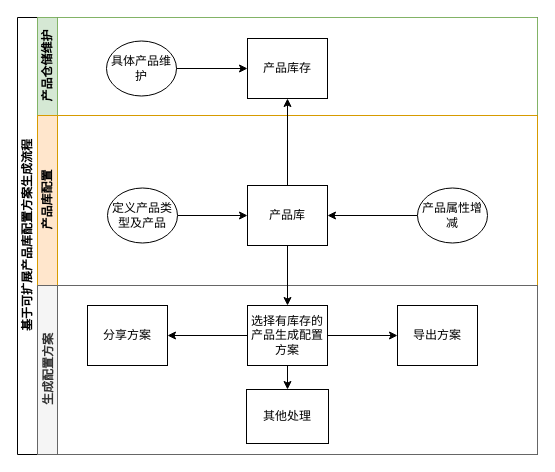
The draw.io diagram 产品库联动报价方案.drawio in sjxbg/xmindfile, before the edit. Source tidied: cells renumbered, new cells numbered last; positions are measured from the earlier drawing's top-left corner, leaving out a move shared by most shapes. Both pictures are drawn from the tidied source at 100%, with x=0, y=0 at pixel (17, 17).
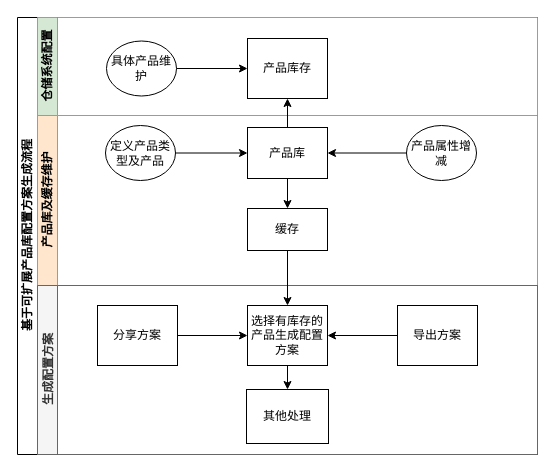
The same page after the edit.

Commit message:
更新产品库联动报价方案.drawio

The change refers to these unchanged cells:
```xml
<mxCell id="2" value="基于可扩展产品库配置方案生成流程" style="swimlane;html=1;horizontal=0;startSize=20;fontFamily=Helvetica;" parent="1" vertex="1">
  <mxGeometry width="520" height="437" as="geometry" />
</mxCell>
<mxCell id="13" value="生成配置方案" style="swimlane;html=1;startSize=20;horizontal=0;fillColor=#f5f5f5;fontColor=#333333;strokeColor=#666666;fontFamily=Helvetica;" parent="2" vertex="1">
  <mxGeometry x="20" y="268" width="500" height="169" as="geometry" />
</mxCell>
<mxCell id="16" value="选择有库存的产品生成配置方案" style="rounded=0;whiteSpace=wrap;html=1;fontFamily=Helvetica;fontSize=12;fontColor=#000000;align=center;" parent="13" vertex="1">
  <mxGeometry x="210" y="20" width="80" height="60" as="geometry" />
</mxCell>
<mxCell id="18" value="导出方案" style="rounded=0;whiteSpace=wrap;html=1;fontFamily=Helvetica;fontSize=12;fontColor=#000000;align=center;" parent="13" vertex="1">
  <mxGeometry x="360" y="20" width="80" height="60" as="geometry" />
</mxCell>
```

What changed in the source:
```diff
@@
-    <mxCell id="3" value="产品仓储维护" style="swimlane;html=1;startSize=20;horizontal=0;fillColor=#d5e8d4;strokeColor=#82b366;fontFamily=Helvetica;" parent="2" vertex="1">
+    <mxCell id="3" value="仓储系统配置" style="swimlane;html=1;startSize=20;horizontal=0;fillColor=#d5e8d4;strokeColor=#82b366;fontFamily=Helvetica;" parent="2" vertex="1">
       <mxGeometry x="20" width="500" height="98" as="geometry" />
     </mxCell>
@@
-    <mxCell id="7" value="产品库配置" style="swimlane;html=1;startSize=20;horizontal=0;fillColor=#ffe6cc;strokeColor=#d79b00;fontFamily=Helvetica;" parent="2" vertex="1">
+    <mxCell id="7" value="产品库及缓存维护" style="swimlane;html=1;startSize=20;horizontal=0;fillColor=#ffe6cc;strokeColor=#d79b00;fontFamily=Helvetica;" parent="2" vertex="1">
       <mxGeometry x="20" y="98" width="500" height="170" as="geometry" />
     </mxCell>
+    <mxCell id="23" style="edgeStyle=orthogonalEdgeStyle;rounded=0;jettySize=auto;html=1;" parent="7" edge="1" source="8" target="24">
+      <mxGeometry relative="1" as="geometry" />
+    </mxCell>
     <mxCell id="8" value="产品库" style="rounded=0;whiteSpace=wrap;html=1;fontFamily=Helvetica;fontSize=12;fontColor=#000000;align=center;" parent="7" vertex="1">
-      <mxGeometry x="210" y="70" width="80" height="60" as="geometry" />
+      <mxGeometry x="210" y="12" width="80" height="51" as="geometry" />
     </mxCell>
@@
     <mxCell id="10" value="定义产品类型及产品" style="ellipse;whiteSpace=wrap;html=1;fontFamily=Helvetica;" parent="7" vertex="1">
-      <mxGeometry x="70" y="72.5" width="70" height="55" as="geometry" />
+      <mxGeometry x="68" y="10" width="70" height="55" as="geometry" />
     </mxCell>
@@
     <mxCell id="12" value="产品属性增减" style="ellipse;whiteSpace=wrap;html=1;fontFamily=Helvetica;" parent="7" vertex="1">
-      <mxGeometry x="380" y="72.5" width="70" height="55" as="geometry" />
+      <mxGeometry x="369" y="10" width="70" height="55" as="geometry" />
     </mxCell>
+    <mxCell id="24" value="缓存" style="rounded=0;whiteSpace=wrap;html=1;fontFamily=Helvetica;fontSize=12;fontColor=#000000;align=center;" parent="7" vertex="1">
+      <mxGeometry x="210" y="93" width="80" height="42" as="geometry" />
+    </mxCell>
@@
-    <mxCell id="14" style="edgeStyle=orthogonalEdgeStyle;rounded=0;jettySize=auto;html=1;fontFamily=Helvetica;" parent="13" edge="1" source="16" target="17">
-      <mxGeometry relative="1" as="geometry" />
-    </mxCell>
-    <mxCell id="15" style="edgeStyle=orthogonalEdgeStyle;rounded=0;jettySize=auto;html=1;fontFamily=Helvetica;" parent="13" edge="1" source="16" target="18">
-      <mxGeometry relative="1" as="geometry" />
-    </mxCell>
@@
+    <mxCell id="25" style="edgeStyle=orthogonalEdgeStyle;rounded=0;jettySize=auto;html=1;" parent="13" edge="1" source="17" target="16">
+      <mxGeometry relative="1" as="geometry" />
+    </mxCell>
     <mxCell id="17" value="分享方案" style="rounded=0;whiteSpace=wrap;html=1;fontFamily=Helvetica;fontSize=12;fontColor=#000000;align=center;" parent="13" vertex="1">
-      <mxGeometry x="50" y="20" width="80" height="60" as="geometry" />
+      <mxGeometry x="60" y="20" width="80" height="60" as="geometry" />
     </mxCell>
+    <mxCell id="26" style="edgeStyle=orthogonalEdgeStyle;rounded=0;jettySize=auto;html=1;" parent="13" edge="1" source="18" target="16">
+      <mxGeometry relative="1" as="geometry" />
+    </mxCell>
@@
-    <mxCell id="22" style="edgeStyle=orthogonalEdgeStyle;rounded=0;jettySize=auto;html=1;fontFamily=Helvetica;" parent="2" edge="1" source="8" target="16">
-      <mxGeometry relative="1" as="geometry" />
-    </mxCell>
+    <mxCell id="27" style="edgeStyle=orthogonalEdgeStyle;rounded=0;jettySize=auto;html=1;" parent="2" edge="1" source="24" target="16">
+      <mxGeometry relative="1" as="geometry" />
+    </mxCell>
```
